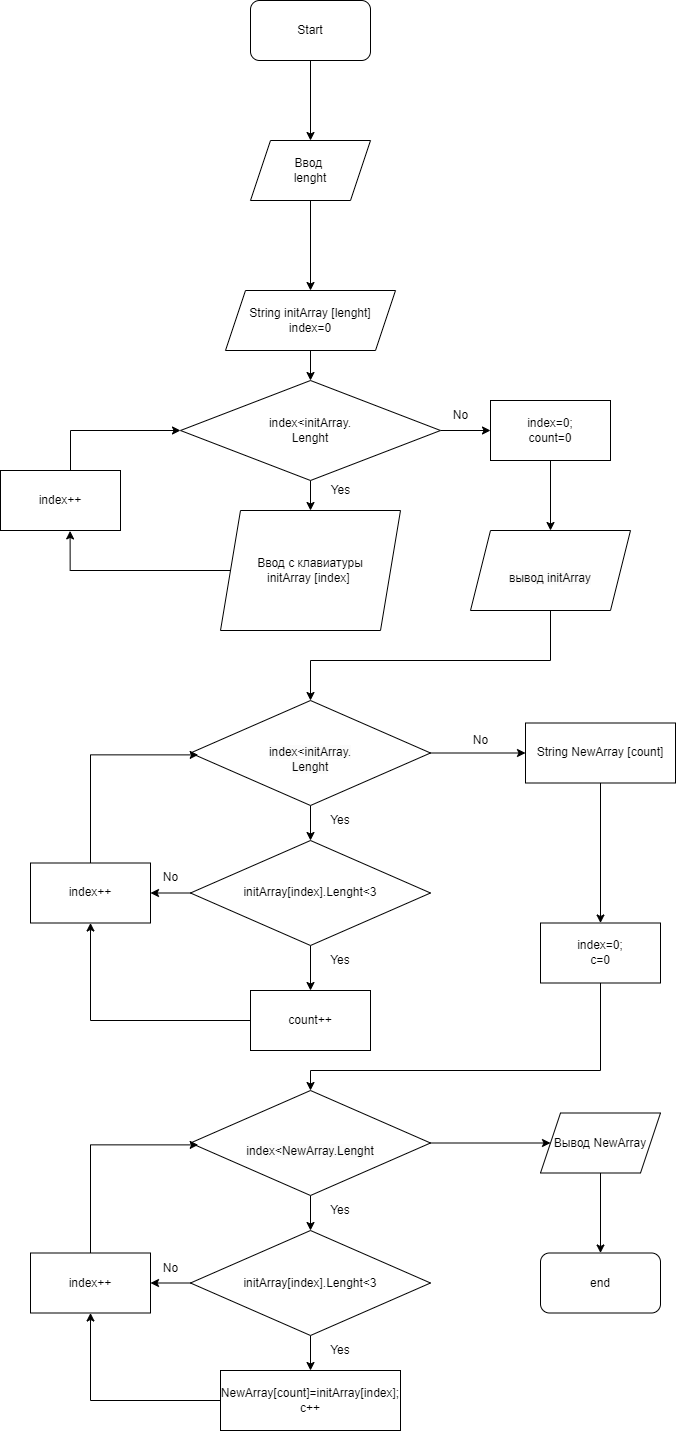
Before: Диаграмма.drawio.png, a diagram exported from draw.io (Alex8806/FinalTask). Source tidied: cells renumbered, new cells last; positions are measured from the earlier drawing's top-left corner, leaving out a move shared by most shapes. Its diagram source:
```xml
<mxGraphModel>
  <root>
    <mxCell id="0" />
    <mxCell id="1" parent="0" />
    <mxCell id="2" style="edgeStyle=orthogonalEdgeStyle;rounded=0;jettySize=auto;html=1;entryX=0.5;entryY=0;entryDx=0;entryDy=0;" parent="1" edge="1" source="3" target="54">
      <mxGeometry relative="1" as="geometry" />
    </mxCell>
    <mxCell id="3" value="Start" style="rounded=1;whiteSpace=wrap;html=1;" parent="1" vertex="1">
      <mxGeometry x="250" width="120" height="60" as="geometry" />
    </mxCell>
    <mxCell id="4" style="edgeStyle=orthogonalEdgeStyle;rounded=0;jettySize=auto;html=1;exitX=0.5;exitY=1;exitDx=0;exitDy=0;entryX=0.5;entryY=0;entryDx=0;entryDy=0;" parent="1" edge="1" source="5" target="8">
      <mxGeometry relative="1" as="geometry" />
    </mxCell>
    <mxCell id="5" value="String initArray [lenght]&lt;br&gt;index=0" style="shape=parallelogram;perimeter=parallelogramPerimeter;whiteSpace=wrap;html=1;fixedSize=1;" parent="1" vertex="1">
      <mxGeometry x="225" y="290" width="170" height="60" as="geometry" />
    </mxCell>
    <mxCell id="6" style="edgeStyle=orthogonalEdgeStyle;rounded=0;jettySize=auto;html=1;" parent="1" edge="1" source="8">
      <mxGeometry relative="1" as="geometry">
        <mxPoint x="310" y="510" as="targetPoint" />
      </mxGeometry>
    </mxCell>
    <mxCell id="7" style="edgeStyle=orthogonalEdgeStyle;rounded=0;jettySize=auto;html=1;exitX=1;exitY=0.5;exitDx=0;exitDy=0;" parent="1" edge="1" source="8" target="16">
      <mxGeometry relative="1" as="geometry" />
    </mxCell>
    <mxCell id="8" value="index&amp;lt;initArray.&lt;br&gt;Lenght" style="rhombus;whiteSpace=wrap;html=1;" parent="1" vertex="1">
      <mxGeometry x="180" y="380" width="260" height="100" as="geometry" />
    </mxCell>
    <mxCell id="9" style="edgeStyle=orthogonalEdgeStyle;rounded=0;jettySize=auto;html=1;entryX=0.58;entryY=1.007;entryDx=0;entryDy=0;entryPerimeter=0;" parent="1" edge="1" source="10" target="12">
      <mxGeometry relative="1" as="geometry">
        <Array as="points">
          <mxPoint x="70" y="570" />
        </Array>
      </mxGeometry>
    </mxCell>
    <mxCell id="10" value="Ввод с клавиатуры&lt;br&gt;initArray [index]&amp;nbsp;" style="shape=parallelogram;perimeter=parallelogramPerimeter;whiteSpace=wrap;html=1;fixedSize=1;" parent="1" vertex="1">
      <mxGeometry x="220" y="510" width="180" height="120" as="geometry" />
    </mxCell>
    <mxCell id="11" style="edgeStyle=orthogonalEdgeStyle;rounded=0;jettySize=auto;html=1;entryX=0;entryY=0.5;entryDx=0;entryDy=0;" parent="1" edge="1" source="12" target="8">
      <mxGeometry relative="1" as="geometry">
        <Array as="points">
          <mxPoint x="70" y="430" />
        </Array>
      </mxGeometry>
    </mxCell>
    <mxCell id="12" value="index++" style="rounded=0;whiteSpace=wrap;html=1;" parent="1" vertex="1">
      <mxGeometry y="470" width="120" height="60" as="geometry" />
    </mxCell>
    <mxCell id="13" value="No" style="text;html=1;align=center;verticalAlign=middle;strokeColor=none;fillColor=none;" parent="1" vertex="1">
      <mxGeometry x="440" y="400" width="40" height="30" as="geometry" />
    </mxCell>
    <mxCell id="14" value="Yes" style="text;html=1;align=center;verticalAlign=middle;strokeColor=none;fillColor=none;" parent="1" vertex="1">
      <mxGeometry x="320" y="475" width="40" height="30" as="geometry" />
    </mxCell>
    <mxCell id="15" style="edgeStyle=orthogonalEdgeStyle;rounded=0;jettySize=auto;html=1;entryX=0.5;entryY=0;entryDx=0;entryDy=0;" parent="1" edge="1" source="16">
      <mxGeometry relative="1" as="geometry">
        <mxPoint x="550" y="530" as="targetPoint" />
      </mxGeometry>
    </mxCell>
    <mxCell id="16" value="index=0;&lt;br&gt;count=0" style="rounded=0;whiteSpace=wrap;html=1;" parent="1" vertex="1">
      <mxGeometry x="490" y="400" width="120" height="60" as="geometry" />
    </mxCell>
    <mxCell id="17" style="edgeStyle=orthogonalEdgeStyle;rounded=0;jettySize=auto;html=1;" parent="1" edge="1" source="19" target="22">
      <mxGeometry relative="1" as="geometry" />
    </mxCell>
    <mxCell id="18" style="edgeStyle=orthogonalEdgeStyle;rounded=0;jettySize=auto;html=1;entryX=0;entryY=0.5;entryDx=0;entryDy=0;" parent="1" edge="1" source="19" target="32">
      <mxGeometry relative="1" as="geometry" />
    </mxCell>
    <mxCell id="19" value="&lt;br&gt;&lt;span style=&quot;color: rgb(0, 0, 0); font-family: Helvetica; font-size: 12px; font-style: normal; font-variant-ligatures: normal; font-variant-caps: normal; font-weight: 400; letter-spacing: normal; orphans: 2; text-align: center; text-indent: 0px; text-transform: none; widows: 2; word-spacing: 0px; -webkit-text-stroke-width: 0px; background-color: rgb(251, 251, 251); text-decoration-thickness: initial; text-decoration-style: initial; text-decoration-color: initial; float: none; display: inline !important;&quot;&gt;index&amp;lt;initArray.&lt;br&gt;Lenght&lt;/span&gt;" style="rhombus;whiteSpace=wrap;html=1;" parent="1" vertex="1">
      <mxGeometry x="190" y="700" width="240" height="105" as="geometry" />
    </mxCell>
    <mxCell id="20" style="edgeStyle=orthogonalEdgeStyle;rounded=0;jettySize=auto;html=1;entryX=1;entryY=0.5;entryDx=0;entryDy=0;" parent="1" edge="1" source="22" target="25">
      <mxGeometry relative="1" as="geometry" />
    </mxCell>
    <mxCell id="21" style="edgeStyle=orthogonalEdgeStyle;rounded=0;jettySize=auto;html=1;entryX=0.5;entryY=0;entryDx=0;entryDy=0;" parent="1" edge="1" source="22" target="29">
      <mxGeometry relative="1" as="geometry" />
    </mxCell>
    <mxCell id="22" value="initArray[index].Lenght&amp;lt;3" style="rhombus;whiteSpace=wrap;html=1;" parent="1" vertex="1">
      <mxGeometry x="190" y="840" width="240" height="105" as="geometry" />
    </mxCell>
    <mxCell id="23" value="Yes" style="text;html=1;strokeColor=none;fillColor=none;align=center;verticalAlign=middle;whiteSpace=wrap;rounded=0;" parent="1" vertex="1">
      <mxGeometry x="310" y="805" width="60" height="30" as="geometry" />
    </mxCell>
    <mxCell id="24" style="edgeStyle=orthogonalEdgeStyle;rounded=0;jettySize=auto;html=1;entryX=0.032;entryY=0.518;entryDx=0;entryDy=0;entryPerimeter=0;" parent="1" edge="1" source="25" target="19">
      <mxGeometry relative="1" as="geometry">
        <Array as="points">
          <mxPoint x="90" y="754" />
        </Array>
      </mxGeometry>
    </mxCell>
    <mxCell id="25" value="index++" style="rounded=0;whiteSpace=wrap;html=1;" parent="1" vertex="1">
      <mxGeometry x="30" y="862.5" width="120" height="60" as="geometry" />
    </mxCell>
    <mxCell id="26" value="No" style="text;html=1;align=center;verticalAlign=middle;strokeColor=none;fillColor=none;" parent="1" vertex="1">
      <mxGeometry x="150" y="862.5" width="40" height="30" as="geometry" />
    </mxCell>
    <mxCell id="27" value="Yes" style="text;html=1;strokeColor=none;fillColor=none;align=center;verticalAlign=middle;whiteSpace=wrap;rounded=0;" parent="1" vertex="1">
      <mxGeometry x="310" y="945" width="60" height="30" as="geometry" />
    </mxCell>
    <mxCell id="28" style="edgeStyle=orthogonalEdgeStyle;rounded=0;jettySize=auto;html=1;entryX=0.5;entryY=1;entryDx=0;entryDy=0;" parent="1" edge="1" source="29" target="25">
      <mxGeometry relative="1" as="geometry" />
    </mxCell>
    <mxCell id="29" value="count++" style="rounded=0;whiteSpace=wrap;html=1;" parent="1" vertex="1">
      <mxGeometry x="250" y="990" width="120" height="60" as="geometry" />
    </mxCell>
    <mxCell id="30" value="No" style="text;html=1;align=center;verticalAlign=middle;strokeColor=none;fillColor=none;" parent="1" vertex="1">
      <mxGeometry x="460" y="725" width="40" height="30" as="geometry" />
    </mxCell>
    <mxCell id="31" style="edgeStyle=orthogonalEdgeStyle;rounded=0;jettySize=auto;html=1;entryX=0.5;entryY=0;entryDx=0;entryDy=0;" parent="1" edge="1" source="32" target="47">
      <mxGeometry relative="1" as="geometry" />
    </mxCell>
    <mxCell id="32" value="String NewArray [count]" style="rounded=0;whiteSpace=wrap;html=1;" parent="1" vertex="1">
      <mxGeometry x="525" y="722.5" width="150" height="60" as="geometry" />
    </mxCell>
    <mxCell id="33" style="edgeStyle=orthogonalEdgeStyle;rounded=0;jettySize=auto;html=1;" parent="1" edge="1" source="35" target="38">
      <mxGeometry relative="1" as="geometry" />
    </mxCell>
    <mxCell id="34" style="edgeStyle=orthogonalEdgeStyle;rounded=0;jettySize=auto;html=1;entryX=0;entryY=0.5;entryDx=0;entryDy=0;" parent="1" edge="1" source="35">
      <mxGeometry relative="1" as="geometry">
        <mxPoint x="550" y="1142.5" as="targetPoint" />
      </mxGeometry>
    </mxCell>
    <mxCell id="35" value="&lt;br&gt;&lt;span style=&quot;color: rgb(0, 0, 0); font-family: Helvetica; font-size: 12px; font-style: normal; font-variant-ligatures: normal; font-variant-caps: normal; font-weight: 400; letter-spacing: normal; orphans: 2; text-align: center; text-indent: 0px; text-transform: none; widows: 2; word-spacing: 0px; -webkit-text-stroke-width: 0px; background-color: rgb(251, 251, 251); text-decoration-thickness: initial; text-decoration-style: initial; text-decoration-color: initial; float: none; display: inline !important;&quot;&gt;index&amp;lt;NewArray.Lenght&lt;/span&gt;" style="rhombus;whiteSpace=wrap;html=1;" parent="1" vertex="1">
      <mxGeometry x="190" y="1090" width="240" height="105" as="geometry" />
    </mxCell>
    <mxCell id="36" style="edgeStyle=orthogonalEdgeStyle;rounded=0;jettySize=auto;html=1;entryX=1;entryY=0.5;entryDx=0;entryDy=0;" parent="1" edge="1" source="38">
      <mxGeometry relative="1" as="geometry">
        <mxPoint x="150" y="1282.5" as="targetPoint" />
      </mxGeometry>
    </mxCell>
    <mxCell id="37" style="edgeStyle=orthogonalEdgeStyle;rounded=0;jettySize=auto;html=1;entryX=0.5;entryY=0;entryDx=0;entryDy=0;" parent="1" edge="1" source="38" target="44">
      <mxGeometry relative="1" as="geometry" />
    </mxCell>
    <mxCell id="38" value="initArray[index].Lenght&amp;lt;3" style="rhombus;whiteSpace=wrap;html=1;" parent="1" vertex="1">
      <mxGeometry x="190" y="1230" width="240" height="105" as="geometry" />
    </mxCell>
    <mxCell id="39" value="Yes" style="text;html=1;strokeColor=none;fillColor=none;align=center;verticalAlign=middle;whiteSpace=wrap;rounded=0;" parent="1" vertex="1">
      <mxGeometry x="310" y="1195" width="60" height="30" as="geometry" />
    </mxCell>
    <mxCell id="40" style="edgeStyle=orthogonalEdgeStyle;rounded=0;jettySize=auto;html=1;entryX=0.032;entryY=0.518;entryDx=0;entryDy=0;entryPerimeter=0;" parent="1" edge="1" target="35">
      <mxGeometry relative="1" as="geometry">
        <mxPoint x="90" y="1252.5" as="sourcePoint" />
        <Array as="points">
          <mxPoint x="90" y="1144" />
        </Array>
      </mxGeometry>
    </mxCell>
    <mxCell id="41" value="No" style="text;html=1;align=center;verticalAlign=middle;strokeColor=none;fillColor=none;" parent="1" vertex="1">
      <mxGeometry x="150" y="1252.5" width="40" height="30" as="geometry" />
    </mxCell>
    <mxCell id="42" value="Yes" style="text;html=1;strokeColor=none;fillColor=none;align=center;verticalAlign=middle;whiteSpace=wrap;rounded=0;" parent="1" vertex="1">
      <mxGeometry x="310" y="1335" width="60" height="30" as="geometry" />
    </mxCell>
    <mxCell id="43" style="edgeStyle=orthogonalEdgeStyle;rounded=0;jettySize=auto;html=1;entryX=0.5;entryY=1;entryDx=0;entryDy=0;" parent="1" edge="1" source="44">
      <mxGeometry relative="1" as="geometry">
        <mxPoint x="90" y="1312.5" as="targetPoint" />
      </mxGeometry>
    </mxCell>
    <mxCell id="44" value="NewArray[count]=initArray[index];&lt;br&gt;c++" style="rounded=0;whiteSpace=wrap;html=1;" parent="1" vertex="1">
      <mxGeometry x="220" y="1370" width="180" height="60" as="geometry" />
    </mxCell>
    <mxCell id="45" value="index++" style="rounded=0;whiteSpace=wrap;html=1;" parent="1" vertex="1">
      <mxGeometry x="30" y="1252.5" width="120" height="60" as="geometry" />
    </mxCell>
    <mxCell id="46" style="edgeStyle=orthogonalEdgeStyle;rounded=0;jettySize=auto;html=1;entryX=0.5;entryY=0;entryDx=0;entryDy=0;" parent="1" edge="1" source="47" target="35">
      <mxGeometry x="-0.11" y="-20" relative="1" as="geometry">
        <Array as="points">
          <mxPoint x="600" y="1070" />
          <mxPoint x="310" y="1070" />
        </Array>
      </mxGeometry>
    </mxCell>
    <mxCell id="47" value="index=0;&lt;br&gt;c=0" style="rounded=0;whiteSpace=wrap;html=1;" parent="1" vertex="1">
      <mxGeometry x="540" y="922.5" width="120" height="60" as="geometry" />
    </mxCell>
    <mxCell id="48" style="edgeStyle=orthogonalEdgeStyle;rounded=0;jettySize=auto;html=1;entryX=0.5;entryY=0;entryDx=0;entryDy=0;" parent="1" edge="1" target="19">
      <mxGeometry relative="1" as="geometry">
        <mxPoint x="550" y="610" as="sourcePoint" />
        <Array as="points">
          <mxPoint x="550" y="660" />
          <mxPoint x="310" y="660" />
        </Array>
      </mxGeometry>
    </mxCell>
    <mxCell id="49" value="&lt;br&gt;&lt;span style=&quot;color: rgb(0, 0, 0); font-family: Helvetica; font-size: 12px; font-style: normal; font-variant-ligatures: normal; font-variant-caps: normal; font-weight: 400; letter-spacing: normal; orphans: 2; text-align: center; text-indent: 0px; text-transform: none; widows: 2; word-spacing: 0px; -webkit-text-stroke-width: 0px; background-color: rgb(251, 251, 251); text-decoration-thickness: initial; text-decoration-style: initial; text-decoration-color: initial; float: none; display: inline !important;&quot;&gt;вывод initArray&lt;/span&gt;&lt;br&gt;" style="shape=parallelogram;perimeter=parallelogramPerimeter;whiteSpace=wrap;html=1;fixedSize=1;" parent="1" vertex="1">
      <mxGeometry x="470" y="530" width="160" height="80" as="geometry" />
    </mxCell>
    <mxCell id="50" style="edgeStyle=orthogonalEdgeStyle;rounded=0;jettySize=auto;html=1;" parent="1" edge="1" source="51" target="52">
      <mxGeometry relative="1" as="geometry" />
    </mxCell>
    <mxCell id="51" value="Вывод NewArray" style="shape=parallelogram;perimeter=parallelogramPerimeter;whiteSpace=wrap;html=1;fixedSize=1;" parent="1" vertex="1">
      <mxGeometry x="540" y="1112.5" width="120" height="60" as="geometry" />
    </mxCell>
    <mxCell id="52" value="end" style="rounded=1;whiteSpace=wrap;html=1;" parent="1" vertex="1">
      <mxGeometry x="540" y="1252.5" width="120" height="60" as="geometry" />
    </mxCell>
    <mxCell id="53" style="edgeStyle=orthogonalEdgeStyle;rounded=0;jettySize=auto;html=1;entryX=0.5;entryY=0;entryDx=0;entryDy=0;" parent="1" edge="1" source="54" target="5">
      <mxGeometry relative="1" as="geometry" />
    </mxCell>
    <mxCell id="54" value="Ввод&amp;nbsp;&lt;br&gt;lenght" style="shape=parallelogram;perimeter=parallelogramPerimeter;whiteSpace=wrap;html=1;fixedSize=1;" parent="1" vertex="1">
      <mxGeometry x="250" y="140" width="120" height="60" as="geometry" />
    </mxCell>
  </root>
</mxGraphModel>
```
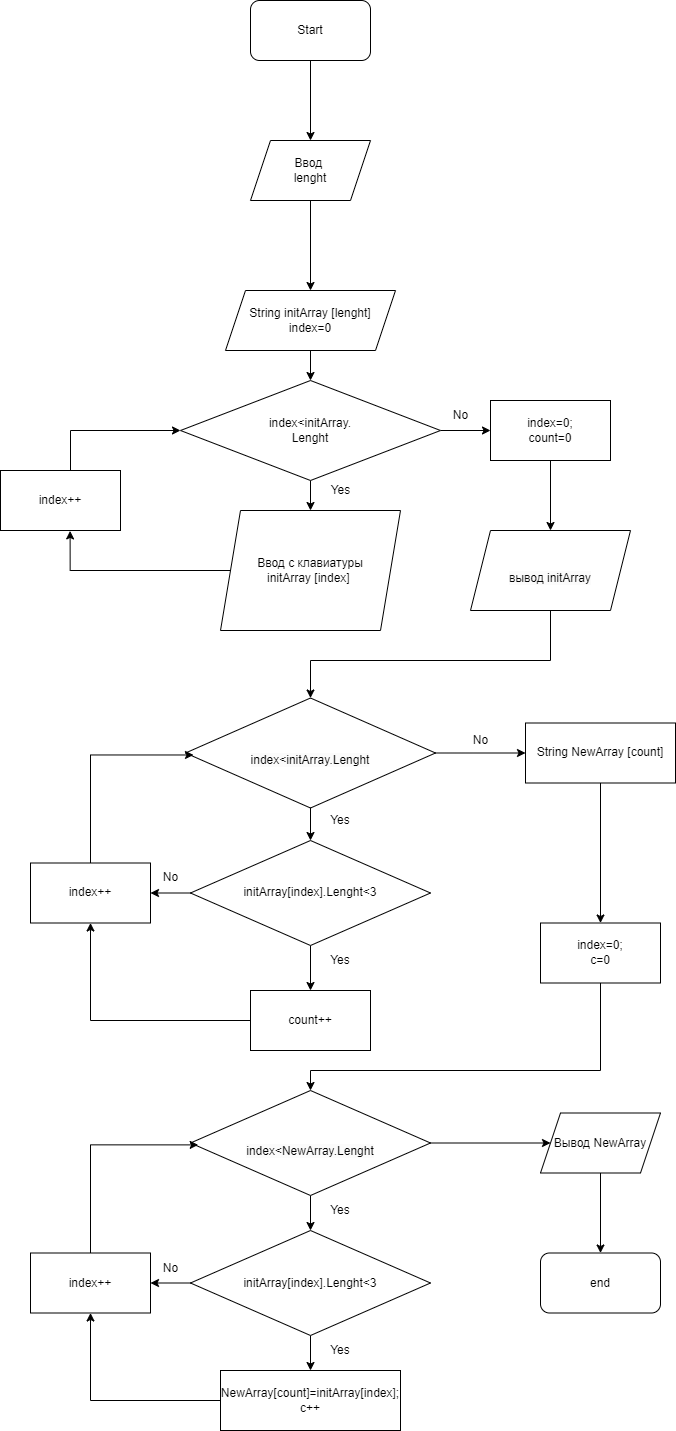
After the change.

What changed in the source:
```diff
@@ -65,8 +65,8 @@
     <mxCell id="18" style="edgeStyle=orthogonalEdgeStyle;rounded=0;jettySize=auto;html=1;entryX=0;entryY=0.5;entryDx=0;entryDy=0;" parent="1" edge="1" source="19" target="32">
       <mxGeometry relative="1" as="geometry" />
     </mxCell>
-    <mxCell id="19" value="&lt;br&gt;&lt;span style=&quot;color: rgb(0, 0, 0); font-family: Helvetica; font-size: 12px; font-style: normal; font-variant-ligatures: normal; font-variant-caps: normal; font-weight: 400; letter-spacing: normal; orphans: 2; text-align: center; text-indent: 0px; text-transform: none; widows: 2; word-spacing: 0px; -webkit-text-stroke-width: 0px; background-color: rgb(251, 251, 251); text-decoration-thickness: initial; text-decoration-style: initial; text-decoration-color: initial; float: none; display: inline !important;&quot;&gt;index&amp;lt;initArray.&lt;br&gt;Lenght&lt;/span&gt;" style="rhombus;whiteSpace=wrap;html=1;" parent="1" vertex="1">
-      <mxGeometry x="190" y="700" width="240" height="105" as="geometry" />
+    <mxCell id="19" value="&lt;br&gt;&lt;span style=&quot;color: rgb(0, 0, 0); font-family: Helvetica; font-size: 12px; font-style: normal; font-variant-ligatures: normal; font-variant-caps: normal; font-weight: 400; letter-spacing: normal; orphans: 2; text-align: center; text-indent: 0px; text-transform: none; widows: 2; word-spacing: 0px; -webkit-text-stroke-width: 0px; background-color: rgb(251, 251, 251); text-decoration-thickness: initial; text-decoration-style: initial; text-decoration-color: initial; float: none; display: inline !important;&quot;&gt;index&amp;lt;initArray.Lenght&lt;/span&gt;" style="rhombus;whiteSpace=wrap;html=1;" parent="1" vertex="1">
+      <mxGeometry x="185" y="697.5" width="250" height="110" as="geometry" />
     </mxCell>
     <mxCell id="20" style="edgeStyle=orthogonalEdgeStyle;rounded=0;jettySize=auto;html=1;entryX=1;entryY=0.5;entryDx=0;entryDy=0;" parent="1" edge="1" source="22" target="25">
       <mxGeometry relative="1" as="geometry" />
```
